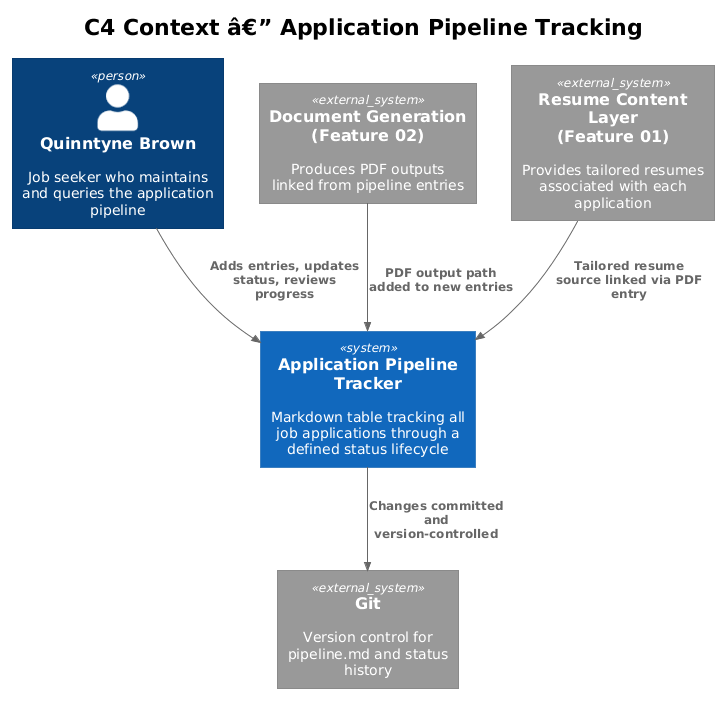
Before: docs/detailed-designs/03-application-pipeline-tracking/diagrams/c4_context.png, a diagram exported from PlantUML (QuinntyneBrown/Orbit). Its diagram source:
```plantuml
@startuml
!theme plain
!include <C4/C4_Context>

title C4 Context â€” Application Pipeline Tracking

Person(user, "Quinntyne Brown", "Job seeker who maintains and queries the application pipeline")

System(pipeline, "Application Pipeline Tracker", "Markdown table tracking all job applications through a defined status lifecycle")

System_Ext(git, "Git", "Version control for pipeline.md and status history")
System_Ext(docgen, "Document Generation\n(Feature 02)", "Produces PDF outputs linked from pipeline entries")
System_Ext(content, "Resume Content Layer\n(Feature 01)", "Provides tailored resumes associated with each application")

Rel(user, pipeline, "Adds entries, updates status, reviews progress")
Rel(pipeline, git, "Changes committed and version-controlled")
Rel(docgen, pipeline, "PDF output path added to new entries")
Rel(content, pipeline, "Tailored resume source linked via PDF entry")
@enduml
```
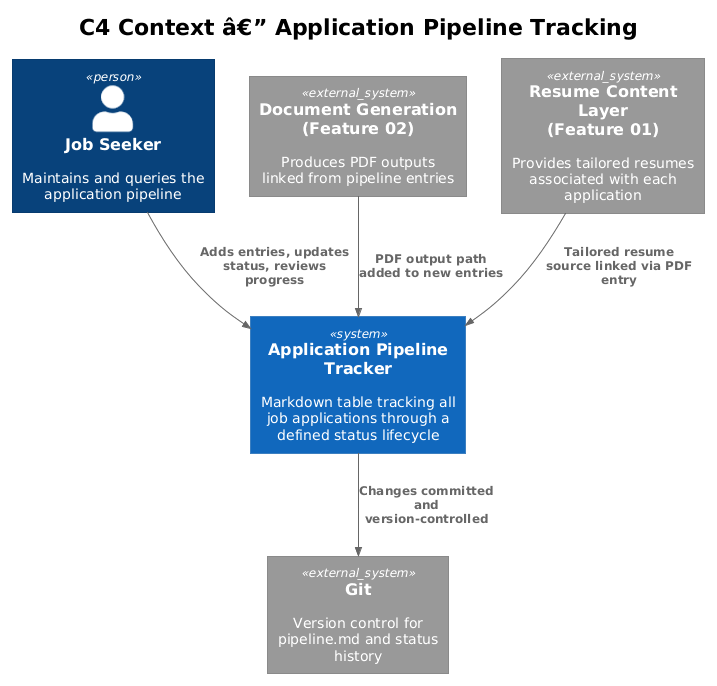
The same file after the commit.

Diff of the diagram source:
```diff
@@ -4,7 +4,7 @@
 
 title C4 Context â€” Application Pipeline Tracking
 
-Person(user, "Quinntyne Brown", "Job seeker who maintains and queries the application pipeline")
+Person(user, "Job Seeker", "Maintains and queries the application pipeline")
 
 System(pipeline, "Application Pipeline Tracker", "Markdown table tracking all job applications through a defined status lifecycle")
 
```
